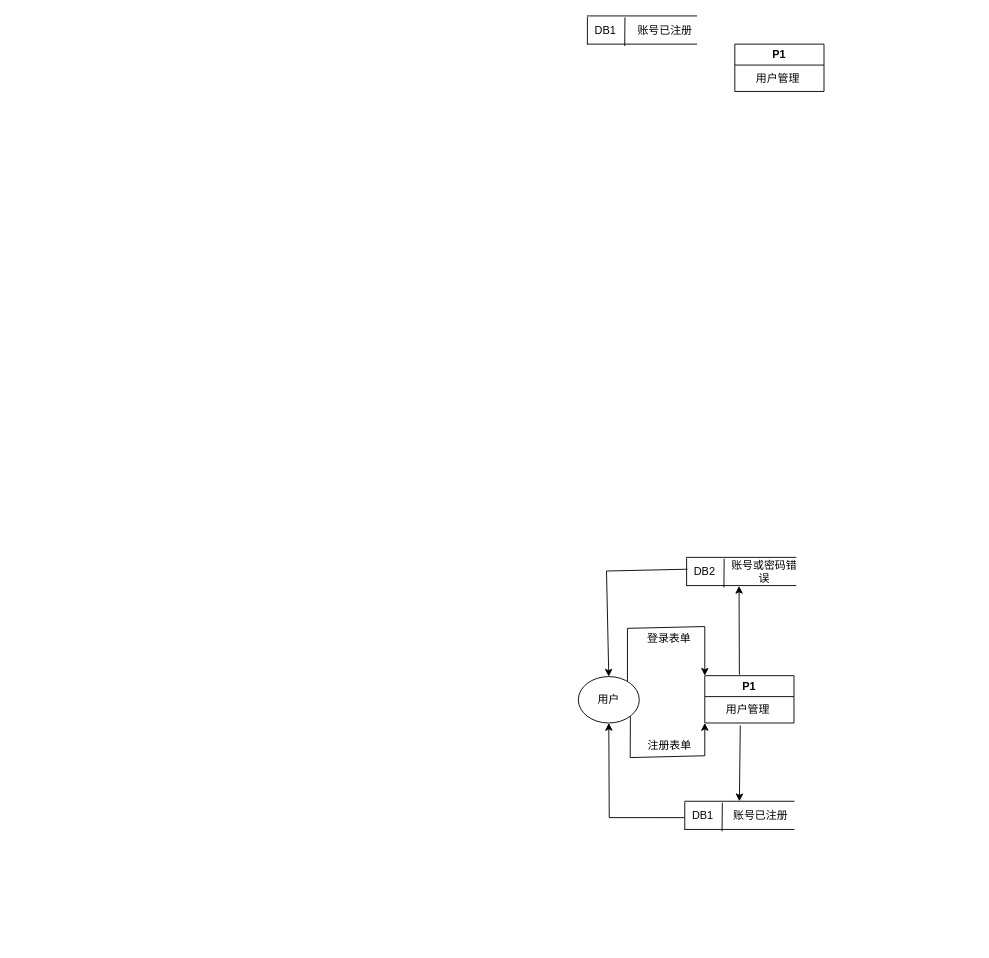
Before: images/学生社团-数据流程图.drawio in biienu/draw-io, a draw.io diagram. Source tidied: cells renumbered, new cells numbered last; positions are measured from the earlier drawing's top-left corner, leaving out a move shared by most shapes. Both pictures are drawn from the tidied source at 91%, with x=0, y=0 at pixel (578, 15).
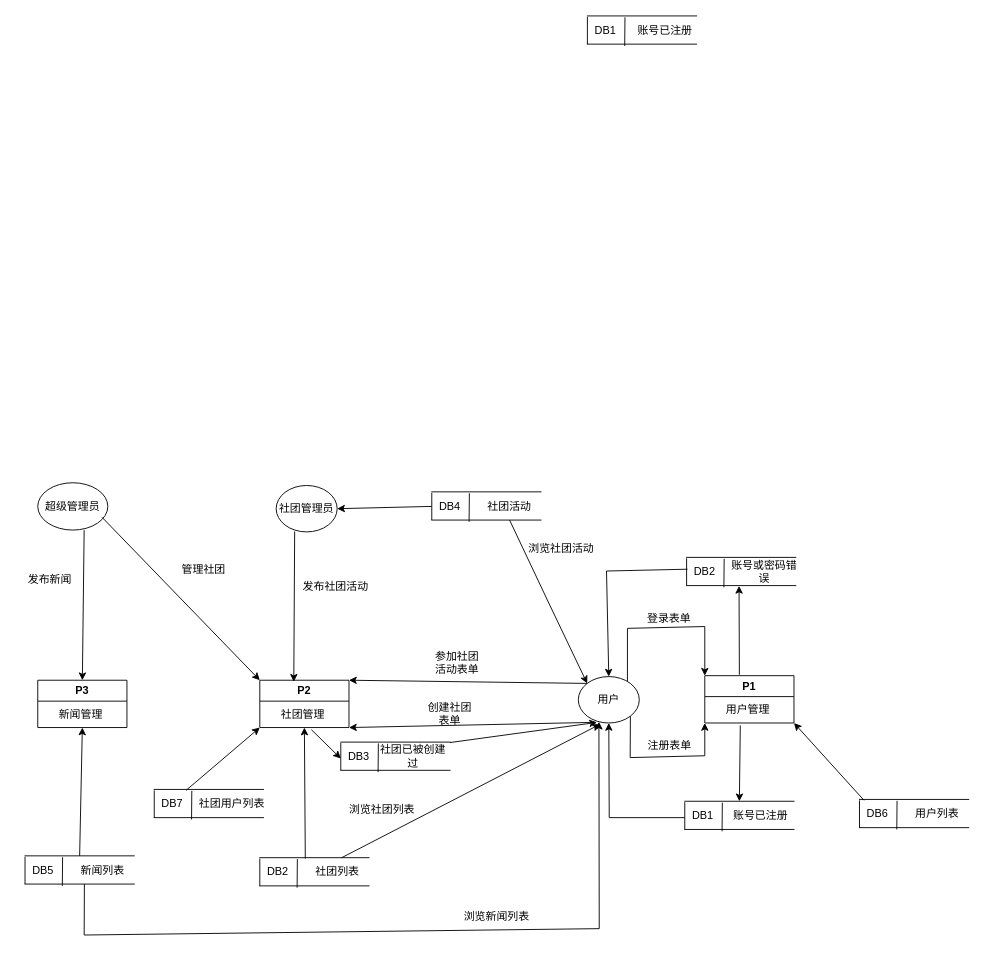
After the change.

Commit message:
更新学生社团-数据流程图.drawio

The change refers to these unchanged cells:
```xml
<mxCell id="2" value="用户" style="ellipse;whiteSpace=wrap;html=1;" parent="1" vertex="1">
  <mxGeometry y="726" width="67" height="51" as="geometry" />
</mxCell>
<mxCell id="5" value="P1" style="swimlane;whiteSpace=wrap;html=1;" parent="1" vertex="1">
  <mxGeometry x="139" y="725" width="98" height="52" as="geometry" />
</mxCell>
```

Diff of the diagram source:
```diff
@@
-    <mxCell id="17" value="P1" style="swimlane;whiteSpace=wrap;html=1;" parent="1" vertex="1">
-      <mxGeometry x="172" y="31" width="98" height="52" as="geometry" />
+    <mxCell id="17" value="P3" style="swimlane;whiteSpace=wrap;html=1;" parent="1" vertex="1">
+      <mxGeometry x="-594" y="730" width="98" height="52" as="geometry" />
     </mxCell>
-    <mxCell id="18" value="用户管理" style="text;html=1;align=center;verticalAlign=middle;strokeColor=none;fillColor=none;" parent="17" vertex="1">
+    <mxCell id="18" value="新闻管理" style="text;html=1;align=center;verticalAlign=middle;strokeColor=none;fillColor=none;" parent="17" vertex="1">
       <mxGeometry x="14" y="25" width="66" height="26" as="geometry" />
     </mxCell>
@@
     <mxCell id="22" value="登录表单" style="text;html=1;strokeColor=none;fillColor=none;align=center;verticalAlign=middle;whiteSpace=wrap;rounded=0;" parent="1" vertex="1">
-      <mxGeometry x="70" y="669" width="60" height="30" as="geometry" />
+      <mxGeometry x="70" y="648" width="60" height="30" as="geometry" />
     </mxCell>
@@
+    <mxCell id="30" value="P2" style="swimlane;whiteSpace=wrap;html=1;startSize=23;" parent="1" vertex="1">
+      <mxGeometry x="-350" y="730" width="98" height="52" as="geometry" />
+    </mxCell>
+    <mxCell id="31" value="社团管理" style="text;html=1;align=center;verticalAlign=middle;points=[];strokeColor=none;fillColor=none;" parent="30" vertex="1">
+      <mxGeometry x="14" y="25" width="66" height="26" as="geometry" />
+    </mxCell>
+    <mxCell id="32" style="endArrow=classic;html=1;rounded=0;exitX=0.239;exitY=0.987;exitDx=0;exitDy=0;exitPerimeter=0;entryX=1;entryY=1;entryDx=0;entryDy=0;" parent="1" edge="1" source="2" target="30">
+      <mxGeometry relative="1" as="geometry" />
+    </mxCell>
+    <mxCell id="33" value="创建社团表单" style="text;html=1;strokeColor=none;fillColor=none;align=center;verticalAlign=middle;whiteSpace=wrap;rounded=0;" parent="1" vertex="1">
+      <mxGeometry x="-171" y="752" width="60" height="30" as="geometry" />
+    </mxCell>
+    <mxCell id="34" style="endArrow=classic;html=1;rounded=0;exitX=0;exitY=0;exitDx=0;exitDy=0;entryX=1;entryY=0;entryDx=0;entryDy=0;" parent="1" edge="1" source="2" target="30">
+      <mxGeometry relative="1" as="geometry" />
+    </mxCell>
+    <mxCell id="35" value="参加社团活动表单" style="text;html=1;strokeColor=none;fillColor=none;align=center;verticalAlign=middle;whiteSpace=wrap;rounded=0;" parent="1" vertex="1">
+      <mxGeometry x="-163" y="696" width="60" height="30" as="geometry" />
+    </mxCell>
+    <mxCell id="36" style="shape=partialRectangle;whiteSpace=wrap;html=1;left=0;right=0;fillColor=none;" parent="1" vertex="1">
+      <mxGeometry x="-350" y="925" width="120" height="31" as="geometry" />
+    </mxCell>
+    <mxCell id="37" style="endArrow=none;html=1;rounded=0;exitX=0;exitY=1;exitDx=0;exitDy=0;" parent="1" edge="1" source="36">
+      <mxGeometry relative="1" as="geometry">
+        <mxPoint x="-350" y="926" as="targetPoint" />
+      </mxGeometry>
+    </mxCell>
+    <mxCell id="38" style="endArrow=none;html=1;rounded=0;entryX=0.344;entryY=0.05;entryDx=0;entryDy=0;entryPerimeter=0;" parent="1" edge="1" target="36">
+      <mxGeometry relative="1" as="geometry">
+        <mxPoint x="-309" y="958" as="sourcePoint" />
+      </mxGeometry>
+    </mxCell>
+    <mxCell id="39" value="DB2" style="text;html=1;strokeColor=none;fillColor=none;align=center;verticalAlign=middle;whiteSpace=wrap;rounded=0;" parent="1" vertex="1">
+      <mxGeometry x="-360" y="926" width="60" height="30" as="geometry" />
+    </mxCell>
+    <mxCell id="40" value="社团列表" style="text;html=1;strokeColor=none;fillColor=none;align=center;verticalAlign=middle;whiteSpace=wrap;rounded=0;" parent="1" vertex="1">
+      <mxGeometry x="-305" y="926" width="81" height="30" as="geometry" />
+    </mxCell>
+    <mxCell id="41" style="endArrow=classic;html=1;rounded=0;entryX=0.5;entryY=1;entryDx=0;entryDy=0;exitX=1;exitY=0;exitDx=0;exitDy=0;" parent="1" edge="1" source="39" target="30">
+      <mxGeometry relative="1" as="geometry" />
+    </mxCell>
+    <mxCell id="42" style="shape=partialRectangle;whiteSpace=wrap;html=1;left=0;right=0;fillColor=none;" parent="1" vertex="1">
+      <mxGeometry x="-261" y="798" width="120" height="31" as="geometry" />
+    </mxCell>
+    <mxCell id="43" style="endArrow=none;html=1;rounded=0;exitX=0;exitY=1;exitDx=0;exitDy=0;" parent="1" edge="1" source="42">
+      <mxGeometry relative="1" as="geometry">
+        <mxPoint x="-261" y="799" as="targetPoint" />
+      </mxGeometry>
+    </mxCell>
+    <mxCell id="44" style="endArrow=none;html=1;rounded=0;entryX=0.344;entryY=0.05;entryDx=0;entryDy=0;entryPerimeter=0;" parent="1" edge="1" target="42">
+      <mxGeometry relative="1" as="geometry">
+        <mxPoint x="-220" y="831" as="sourcePoint" />
+      </mxGeometry>
+    </mxCell>
+    <mxCell id="45" value="DB3" style="text;html=1;strokeColor=none;fillColor=none;align=center;verticalAlign=middle;whiteSpace=wrap;rounded=0;" parent="1" vertex="1">
+      <mxGeometry x="-271" y="799" width="60" height="30" as="geometry" />
+    </mxCell>
+    <mxCell id="46" value="社团已被创建过" style="text;html=1;strokeColor=none;fillColor=none;align=center;verticalAlign=middle;whiteSpace=wrap;rounded=0;" parent="1" vertex="1">
+      <mxGeometry x="-222" y="798.5" width="81" height="30" as="geometry" />
+    </mxCell>
+    <mxCell id="47" style="endArrow=classic;html=1;rounded=0;exitX=0.646;exitY=1.128;exitDx=0;exitDy=0;exitPerimeter=0;entryX=0.167;entryY=0.567;entryDx=0;entryDy=0;entryPerimeter=0;" parent="1" edge="1" source="31" target="45">
+      <mxGeometry relative="1" as="geometry" />
+    </mxCell>
+    <mxCell id="48" style="endArrow=classic;html=1;rounded=0;entryX=0.308;entryY=0.987;entryDx=0;entryDy=0;entryPerimeter=0;exitX=1;exitY=0;exitDx=0;exitDy=0;" parent="1" edge="1" source="46" target="2">
+      <mxGeometry relative="1" as="geometry" />
+    </mxCell>
+    <mxCell id="49" value="社团管理员" style="ellipse;whiteSpace=wrap;html=1;" parent="1" vertex="1">
+      <mxGeometry x="-332" y="516" width="67" height="51" as="geometry" />
+    </mxCell>
+    <mxCell id="50" style="endArrow=classic;html=1;rounded=0;exitX=0.75;exitY=0;exitDx=0;exitDy=0;entryX=0.358;entryY=1.026;entryDx=0;entryDy=0;entryPerimeter=0;" parent="1" edge="1" source="36" target="2">
+      <mxGeometry relative="1" as="geometry" />
+    </mxCell>
+    <mxCell id="51" value="浏览社团列表" style="text;html=1;align=center;verticalAlign=middle;strokeColor=none;fillColor=none;" parent="1" vertex="1">
+      <mxGeometry x="-261" y="859" width="90" height="26" as="geometry" />
+    </mxCell>
+    <mxCell id="52" style="shape=partialRectangle;whiteSpace=wrap;html=1;left=0;right=0;fillColor=none;" parent="1" vertex="1">
+      <mxGeometry x="-161" y="523" width="120" height="31" as="geometry" />
+    </mxCell>
+    <mxCell id="53" style="endArrow=none;html=1;rounded=0;exitX=0;exitY=1;exitDx=0;exitDy=0;" parent="1" edge="1" source="52">
+      <mxGeometry relative="1" as="geometry">
+        <mxPoint x="-161" y="524" as="targetPoint" />
+      </mxGeometry>
+    </mxCell>
+    <mxCell id="54" style="endArrow=none;html=1;rounded=0;entryX=0.344;entryY=0.05;entryDx=0;entryDy=0;entryPerimeter=0;" parent="1" edge="1" target="52">
+      <mxGeometry relative="1" as="geometry">
+        <mxPoint x="-120" y="556" as="sourcePoint" />
+      </mxGeometry>
+    </mxCell>
+    <mxCell id="55" value="DB4" style="text;html=1;strokeColor=none;fillColor=none;align=center;verticalAlign=middle;whiteSpace=wrap;rounded=0;" parent="1" vertex="1">
+      <mxGeometry x="-171" y="524" width="60" height="30" as="geometry" />
+    </mxCell>
+    <mxCell id="56" value="社团活动" style="text;html=1;strokeColor=none;fillColor=none;align=center;verticalAlign=middle;whiteSpace=wrap;rounded=0;" parent="1" vertex="1">
+      <mxGeometry x="-116" y="524" width="81" height="30" as="geometry" />
+    </mxCell>
+    <mxCell id="57" style="endArrow=classic;html=1;rounded=0;entryX=1;entryY=0.5;entryDx=0;entryDy=0;" parent="1" edge="1" target="49">
+      <mxGeometry relative="1" as="geometry">
+        <mxPoint x="-161" y="539" as="sourcePoint" />
+      </mxGeometry>
+    </mxCell>
+    <mxCell id="58" value="发布社团活动" style="text;html=1;align=center;verticalAlign=middle;strokeColor=none;fillColor=none;" parent="1" vertex="1">
+      <mxGeometry x="-312" y="614" width="90" height="26" as="geometry" />
+    </mxCell>
+    <mxCell id="59" style="endArrow=classic;html=1;rounded=0;exitX=0.5;exitY=1;exitDx=0;exitDy=0;entryX=0;entryY=0;entryDx=0;entryDy=0;" parent="1" edge="1" source="56" target="2">
+      <mxGeometry relative="1" as="geometry">
+        <Array as="points">
+          <mxPoint x="-33" y="644" />
+        </Array>
+      </mxGeometry>
+    </mxCell>
+    <mxCell id="60" style="endArrow=classic;html=1;rounded=0;exitX=0.303;exitY=0.993;exitDx=0;exitDy=0;exitPerimeter=0;entryX=0.381;entryY=0.032;entryDx=0;entryDy=0;entryPerimeter=0;" parent="1" edge="1" source="49" target="30">
+      <mxGeometry relative="1" as="geometry" />
+    </mxCell>
+    <mxCell id="61" value="超级管理员" style="ellipse;whiteSpace=wrap;html=1;" parent="1" vertex="1">
+      <mxGeometry x="-594" y="513" width="77" height="52" as="geometry" />
+    </mxCell>
+    <mxCell id="62" style="endArrow=classic;html=1;rounded=0;exitX=0.662;exitY=1;exitDx=0;exitDy=0;exitPerimeter=0;entryX=0.5;entryY=0;entryDx=0;entryDy=0;" parent="1" edge="1" source="61" target="17">
+      <mxGeometry relative="1" as="geometry" />
+    </mxCell>
+    <mxCell id="63" value="发布新闻" style="text;html=1;align=center;verticalAlign=middle;strokeColor=none;fillColor=none;" parent="1" vertex="1">
+      <mxGeometry x="-614" y="607" width="66" height="26" as="geometry" />
+    </mxCell>
+    <mxCell id="64" style="shape=partialRectangle;whiteSpace=wrap;html=1;left=0;right=0;fillColor=none;" parent="1" vertex="1">
+      <mxGeometry x="-608" y="923" width="120" height="31" as="geometry" />
+    </mxCell>
+    <mxCell id="65" style="endArrow=none;html=1;rounded=0;exitX=0;exitY=1;exitDx=0;exitDy=0;" parent="1" edge="1" source="64">
+      <mxGeometry relative="1" as="geometry">
+        <mxPoint x="-608" y="924" as="targetPoint" />
+      </mxGeometry>
+    </mxCell>
+    <mxCell id="66" style="endArrow=none;html=1;rounded=0;entryX=0.344;entryY=0.05;entryDx=0;entryDy=0;entryPerimeter=0;" parent="1" edge="1" target="64">
+      <mxGeometry relative="1" as="geometry">
+        <mxPoint x="-567" y="956" as="sourcePoint" />
+      </mxGeometry>
+    </mxCell>
+    <mxCell id="67" value="DB5" style="text;html=1;strokeColor=none;fillColor=none;align=center;verticalAlign=middle;whiteSpace=wrap;rounded=0;" parent="1" vertex="1">
+      <mxGeometry x="-618" y="924" width="60" height="30" as="geometry" />
+    </mxCell>
+    <mxCell id="68" value="新闻列表" style="text;html=1;strokeColor=none;fillColor=none;align=center;verticalAlign=middle;whiteSpace=wrap;rounded=0;" parent="1" vertex="1">
+      <mxGeometry x="-563" y="924" width="81" height="30" as="geometry" />
+    </mxCell>
+    <mxCell id="69" style="endArrow=classic;html=1;rounded=0;exitX=0.25;exitY=1;exitDx=0;exitDy=0;entryX=0.338;entryY=0.974;entryDx=0;entryDy=0;entryPerimeter=0;" parent="1" edge="1" source="68" target="2">
+      <mxGeometry relative="1" as="geometry">
+        <Array as="points">
+          <mxPoint x="-543" y="1010" />
+          <mxPoint x="23" y="1003" />
+        </Array>
+      </mxGeometry>
+    </mxCell>
+    <mxCell id="70" value="浏览新闻列表" style="text;html=1;align=center;verticalAlign=middle;strokeColor=none;fillColor=none;" parent="1" vertex="1">
+      <mxGeometry x="-135" y="977" width="90" height="26" as="geometry" />
+    </mxCell>
+    <mxCell id="71" value="浏览社团活动" style="text;html=1;align=center;verticalAlign=middle;strokeColor=none;fillColor=none;" parent="1" vertex="1">
+      <mxGeometry x="-64" y="573" width="90" height="26" as="geometry" />
+    </mxCell>
+    <mxCell id="72" style="endArrow=classic;html=1;rounded=0;entryX=0.5;entryY=1;entryDx=0;entryDy=0;exitX=0.5;exitY=0;exitDx=0;exitDy=0;" parent="1" edge="1" source="64" target="17">
+      <mxGeometry relative="1" as="geometry" />
+    </mxCell>
+    <mxCell id="73" style="endArrow=classic;html=1;rounded=0;exitX=0.918;exitY=0.731;exitDx=0;exitDy=0;exitPerimeter=0;entryX=0;entryY=0;entryDx=0;entryDy=0;" parent="1" edge="1" source="61" target="30">
+      <mxGeometry relative="1" as="geometry" />
+    </mxCell>
+    <mxCell id="74" value="管理社团" style="text;html=1;align=center;verticalAlign=middle;strokeColor=none;fillColor=none;" parent="1" vertex="1">
+      <mxGeometry x="-445" y="596" width="66" height="26" as="geometry" />
+    </mxCell>
+    <mxCell id="75" style="shape=partialRectangle;whiteSpace=wrap;html=1;left=0;right=0;fillColor=none;" parent="1" vertex="1">
+      <mxGeometry x="309" y="861" width="120" height="31" as="geometry" />
+    </mxCell>
+    <mxCell id="76" style="endArrow=none;html=1;rounded=0;exitX=0;exitY=1;exitDx=0;exitDy=0;" parent="1" edge="1" source="75">
+      <mxGeometry relative="1" as="geometry">
+        <mxPoint x="309" y="862" as="targetPoint" />
+      </mxGeometry>
+    </mxCell>
+    <mxCell id="77" style="endArrow=none;html=1;rounded=0;entryX=0.344;entryY=0.05;entryDx=0;entryDy=0;entryPerimeter=0;" parent="1" edge="1" target="75">
+      <mxGeometry relative="1" as="geometry">
+        <mxPoint x="350" y="894" as="sourcePoint" />
+      </mxGeometry>
+    </mxCell>
+    <mxCell id="78" value="DB6" style="text;html=1;strokeColor=none;fillColor=none;align=center;verticalAlign=middle;whiteSpace=wrap;rounded=0;" parent="1" vertex="1">
+      <mxGeometry x="299" y="862" width="60" height="30" as="geometry" />
+    </mxCell>
+    <mxCell id="79" value="用户列表" style="text;html=1;strokeColor=none;fillColor=none;align=center;verticalAlign=middle;whiteSpace=wrap;rounded=0;" parent="1" vertex="1">
+      <mxGeometry x="354" y="862" width="81" height="30" as="geometry" />
+    </mxCell>
+    <mxCell id="80" style="endArrow=classic;html=1;rounded=0;entryX=1;entryY=1;entryDx=0;entryDy=0;exitX=0.25;exitY=0;exitDx=0;exitDy=0;" parent="1" edge="1" source="78" target="5">
+      <mxGeometry relative="1" as="geometry" />
+    </mxCell>
+    <mxCell id="81" style="shape=partialRectangle;whiteSpace=wrap;html=1;left=0;right=0;fillColor=none;" parent="1" vertex="1">
+      <mxGeometry x="-466" y="850" width="120" height="31" as="geometry" />
+    </mxCell>
+    <mxCell id="82" style="endArrow=none;html=1;rounded=0;exitX=0;exitY=1;exitDx=0;exitDy=0;" parent="1" edge="1" source="81">
+      <mxGeometry relative="1" as="geometry">
+        <mxPoint x="-466" y="851" as="targetPoint" />
+      </mxGeometry>
+    </mxCell>
+    <mxCell id="83" style="endArrow=none;html=1;rounded=0;entryX=0.344;entryY=0.05;entryDx=0;entryDy=0;entryPerimeter=0;" parent="1" edge="1" target="81">
+      <mxGeometry relative="1" as="geometry">
+        <mxPoint x="-425" y="883" as="sourcePoint" />
+      </mxGeometry>
+    </mxCell>
+    <mxCell id="84" value="DB7" style="text;html=1;strokeColor=none;fillColor=none;align=center;verticalAlign=middle;whiteSpace=wrap;rounded=0;" parent="1" vertex="1">
+      <mxGeometry x="-476" y="851" width="60" height="30" as="geometry" />
+    </mxCell>
+    <mxCell id="85" value="社团用户列表" style="text;html=1;strokeColor=none;fillColor=none;align=center;verticalAlign=middle;whiteSpace=wrap;rounded=0;" parent="1" vertex="1">
+      <mxGeometry x="-421" y="851" width="81" height="30" as="geometry" />
+    </mxCell>
+    <mxCell id="86" style="endArrow=classic;html=1;rounded=0;entryX=0;entryY=1;entryDx=0;entryDy=0;exitX=0.75;exitY=0;exitDx=0;exitDy=0;" parent="1" edge="1" source="84" target="30">
+      <mxGeometry relative="1" as="geometry" />
+    </mxCell>
```
